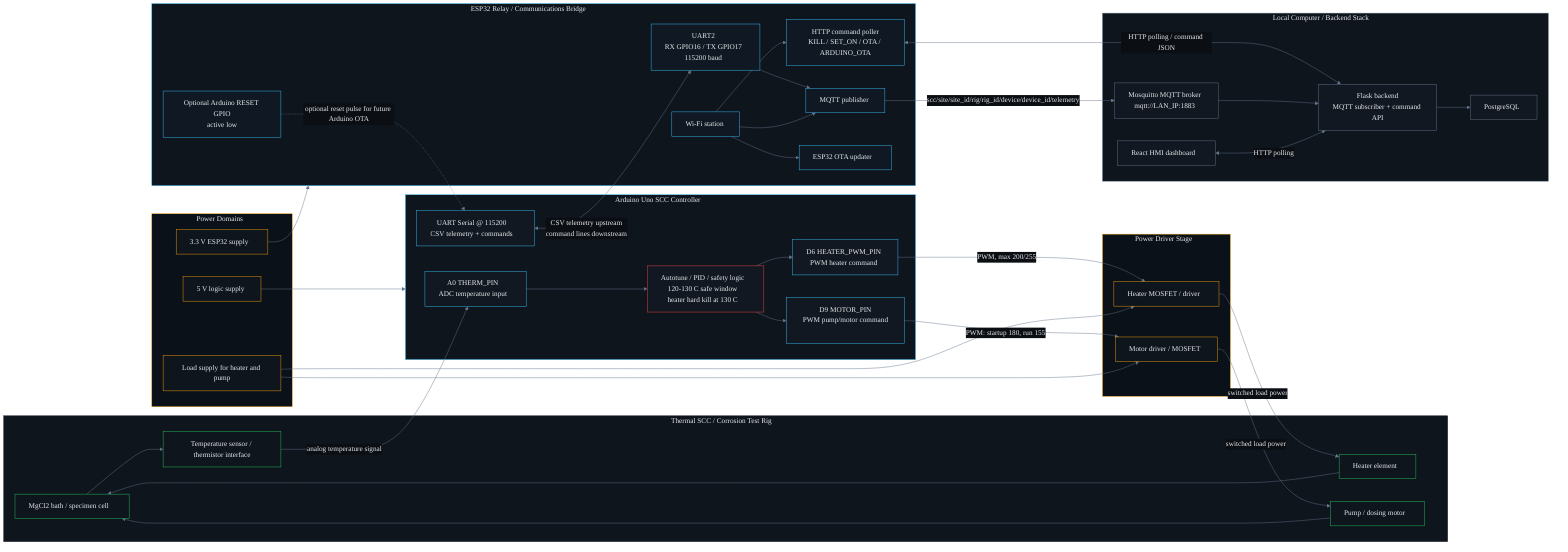
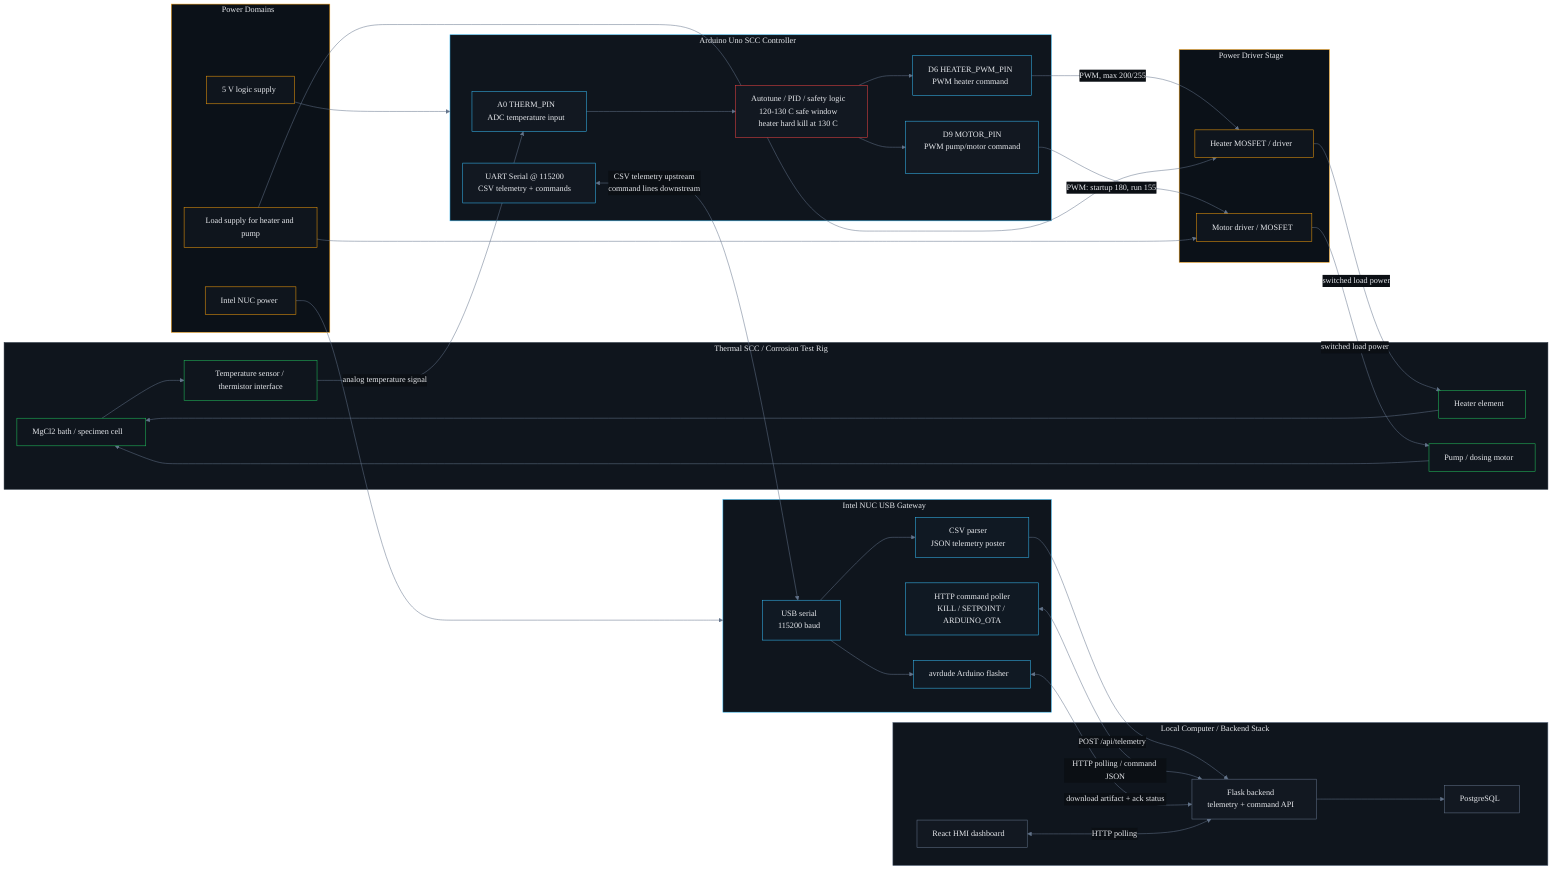
%%{init: {"theme": "base", "themeVariables": {"background": "#0b0f14", "mainBkg": "#121821", "secondBkg": "#0f151d", "primaryColor": "#121821", "primaryTextColor": "#e5e7eb", "primaryBorderColor": "#1f2937", "lineColor": "#64748b", "secondaryColor": "#0f151d", "tertiaryColor": "#101923", "fontFamily": "Inter, IBM Plex Sans, ui-sans-serif, system-ui, sans-serif", "edgeLabelBackground": "#0b0f14", "clusterBkg": "#0f151d", "clusterBorder": "#1f2937", "titleColor": "#e5e7eb", "nodeTextColor": "#e5e7eb"}}}%%
flowchart LR
  subgraph Rig["Thermal SCC / Corrosion Test Rig"]
    Bath["MgCl2 bath / specimen cell"]
    TempSensor["Temperature sensor / thermistor interface"]
    Heater["Heater element"]
    Pump["Pump / dosing motor"]
  end

  subgraph Power["Power Domains"]
    Logic5V["5 V logic supply"]
-     Logic33V["3.3 V ESP32 supply"]
+     NucPower["Intel NUC power"]
    LoadSupply["Load supply for heater and pump"]
  end

  subgraph Arduino["Arduino Uno SCC Controller"]
    A0["A0 THERM_PIN\nADC temperature input"]
    D6["D6 HEATER_PWM_PIN\nPWM heater command"]
    D9["D9 MOTOR_PIN\nPWM pump/motor command"]
    Serial0["UART Serial @ 115200\nCSV telemetry + commands"]
    Control["Autotune / PID / safety logic\n120-130 C safe window\nheater hard kill at 130 C"]
  end

  subgraph DriverStage["Power Driver Stage"]
    HeaterMosfet["Heater MOSFET / driver"]
    MotorDriver["Motor driver / MOSFET"]
  end

-   subgraph ESP32["ESP32 Relay / Communications Bridge"]
-     Uart2["UART2\nRX GPIO16 / TX GPIO17\n115200 baud"]
-     Wifi["Wi-Fi station"]
-     MqttClient["MQTT publisher"]
-     CommandPoller["HTTP command poller\nKILL / SET_ON / OTA / ARDUINO_OTA"]
-     EspOta["ESP32 OTA updater"]
-     ResetGpio["Optional Arduino RESET GPIO\nactive low"]
+   subgraph NUC["Intel NUC USB Gateway"]
+     UsbSerial["USB serial\n115200 baud"]
+     Parser["CSV parser\nJSON telemetry poster"]
+     CommandPoller["HTTP command poller\nKILL / SETPOINT / ARDUINO_OTA"]
+     Avrdude["avrdude Arduino flasher"]
  end

  subgraph LocalStack["Local Computer / Backend Stack"]
-     Mosquitto["Mosquitto MQTT broker\nmqtt://LAN_IP:1883"]
-     Flask["Flask backend\nMQTT subscriber + command API"]
+     Flask["Flask backend\ntelemetry + command API"]
    Postgres["PostgreSQL"]
    HMI["React HMI dashboard"]
  end

  Bath --> TempSensor
  TempSensor -->|"analog temperature signal"| A0
  A0 --> Control
  Control --> D6
  Control --> D9
  D6 -->|"PWM, max 200/255"| HeaterMosfet
  D9 -->|"PWM: startup 180, run 155"| MotorDriver
  HeaterMosfet -->|"switched load power"| Heater
  MotorDriver -->|"switched load power"| Pump
  Heater --> Bath
  Pump --> Bath

-   Serial0 <-->|"CSV telemetry upstream\ncommand lines downstream"| Uart2
-   ResetGpio -.->|"optional reset pulse for future Arduino OTA"| Serial0
+   Serial0 <-->|"CSV telemetry upstream\ncommand lines downstream"| UsbSerial

-   Uart2 --> MqttClient
-   Wifi --> MqttClient
-   Wifi --> CommandPoller
-   Wifi --> EspOta
-   MqttClient -->|"scc/site/site_id/rig/rig_id/device/device_id/telemetry"| Mosquitto
+   UsbSerial --> Parser
+   UsbSerial --> Avrdude
+   Parser -->|"POST /api/telemetry"| Flask
  CommandPoller <-->|"HTTP polling / command JSON"| Flask
-   Mosquitto --> Flask
+   Avrdude <-->|"download artifact + ack status"| Flask
  Flask --> Postgres
  HMI <-->|"HTTP polling"| Flask

  Logic5V --> Arduino
-   Logic33V --> ESP32
+   NucPower --> NUC
  LoadSupply --> HeaterMosfet
  LoadSupply --> MotorDriver

  classDef field fill:#0f151d,stroke:#22c55e,color:#e5e7eb,stroke-width:1px;
  classDef controller fill:#121821,stroke:#38bdf8,color:#e5e7eb,stroke-width:1px;
  classDef safety fill:#121821,stroke:#ef4444,color:#e5e7eb,stroke-width:1px;
  classDef comm fill:#101923,stroke:#38bdf8,color:#e5e7eb,stroke-width:1px;
  classDef backend fill:#121821,stroke:#64748b,color:#e5e7eb,stroke-width:1px;
  classDef driver fill:#0f151d,stroke:#f59e0b,color:#e5e7eb,stroke-width:1px;
  classDef power fill:#0f151d,stroke:#f59e0b,color:#e5e7eb,stroke-width:1px;

  class Bath,TempSensor,Heater,Pump field;
  class A0,D6,D9,Serial0 controller;
  class Control safety;
  class HeaterMosfet,MotorDriver driver;
-   class Uart2,Wifi,MqttClient,CommandPoller,EspOta,ResetGpio comm;
-   class Mosquitto,Flask,Postgres,HMI backend;
-   class Logic5V,Logic33V,LoadSupply power;
+   class UsbSerial,Parser,CommandPoller,Avrdude comm;
+   class Flask,Postgres,HMI backend;
+   class Logic5V,NucPower,LoadSupply power;

  style Rig fill:#0f151d,stroke:#1f2937,color:#e5e7eb
  style Power fill:#0b1118,stroke:#f59e0b,color:#e5e7eb
  style Arduino fill:#0f151d,stroke:#38bdf8,color:#e5e7eb
  style DriverStage fill:#0b1118,stroke:#f59e0b,color:#e5e7eb
-   style ESP32 fill:#0f151d,stroke:#38bdf8,color:#e5e7eb
+   style NUC fill:#0f151d,stroke:#38bdf8,color:#e5e7eb
  style LocalStack fill:#0f151d,stroke:#64748b,color:#e5e7eb
